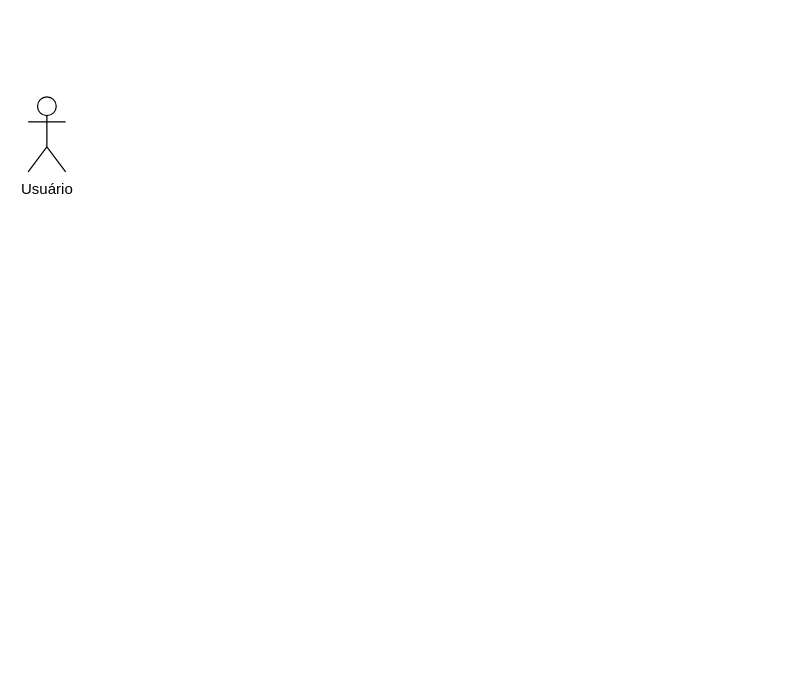
Above: docs/fluxograma_hermes.drawio in joao-martinho/trabalho_PRC_2025-2 (draw.io), before the change. Source tidied: cells renumbered, new cells numbered last; positions are measured from the earlier drawing's top-left corner, leaving out a move shared by most shapes. Both pictures are drawn from the tidied source at 125%, with x=0, y=0 at pixel (28, 96).
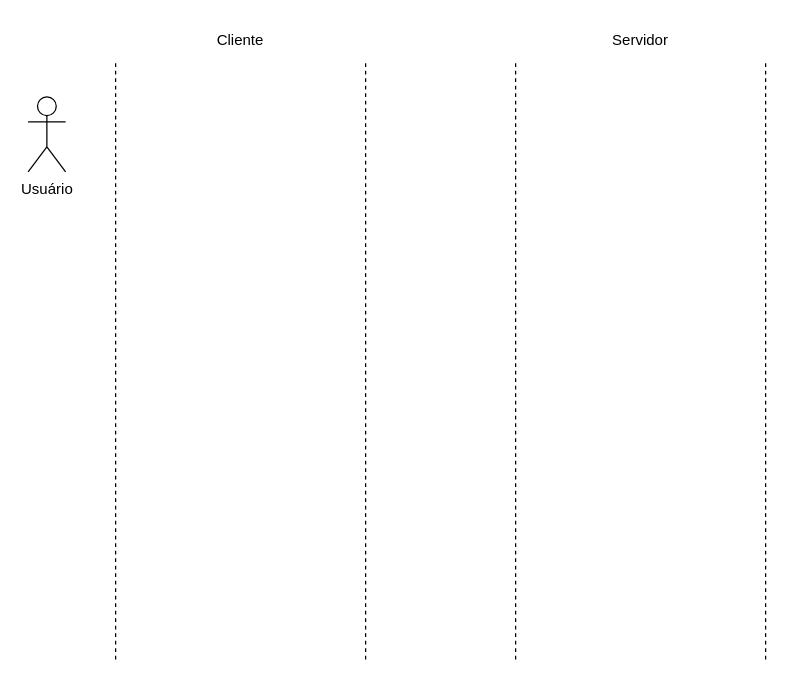
After the change.

Commit message:
:memo: docs: atualizar fluxograma

The edit, as a diff of the source:
```diff
@@
 <mxGraphModel>
   <root>
     <mxCell id="0" />
     <mxCell id="1" parent="0" />
     <mxCell id="2" value="Usuário" style="shape=umlActor;verticalLabelPosition=bottom;verticalAlign=top;html=1;" parent="1" vertex="1">
       <mxGeometry width="30" height="60" as="geometry" />
     </mxCell>
+    <mxCell id="3" style="endArrow=none;dashed=1;html=1;rounded=0;" parent="1" edge="1">
+      <mxGeometry relative="1" as="geometry">
+        <mxPoint x="70" y="450" as="sourcePoint" />
+        <mxPoint x="70" y="-30" as="targetPoint" />
+      </mxGeometry>
+    </mxCell>
+    <mxCell id="4" style="endArrow=none;dashed=1;html=1;rounded=0;" parent="1" edge="1">
+      <mxGeometry relative="1" as="geometry">
+        <mxPoint x="270" y="450" as="sourcePoint" />
+        <mxPoint x="270" y="-30" as="targetPoint" />
+      </mxGeometry>
+    </mxCell>
+    <mxCell id="5" style="endArrow=none;dashed=1;html=1;rounded=0;" parent="1" edge="1">
+      <mxGeometry relative="1" as="geometry">
+        <mxPoint x="390" y="450" as="sourcePoint" />
+        <mxPoint x="390" y="-30" as="targetPoint" />
+      </mxGeometry>
+    </mxCell>
+    <mxCell id="6" style="endArrow=none;dashed=1;html=1;rounded=0;" parent="1" edge="1">
+      <mxGeometry relative="1" as="geometry">
+        <mxPoint x="590" y="450" as="sourcePoint" />
+        <mxPoint x="590" y="-30" as="targetPoint" />
+      </mxGeometry>
+    </mxCell>
+    <mxCell id="7" value="Cliente" style="text;html=1;align=center;verticalAlign=middle;whiteSpace=wrap;rounded=0;" parent="1" vertex="1">
+      <mxGeometry x="140" y="-60" width="60" height="30" as="geometry" />
+    </mxCell>
+    <mxCell id="8" value="Servidor" style="text;html=1;align=center;verticalAlign=middle;whiteSpace=wrap;rounded=0;" parent="1" vertex="1">
+      <mxGeometry x="460" y="-60" width="60" height="30" as="geometry" />
+    </mxCell>
   </root>
 </mxGraphModel>
```
